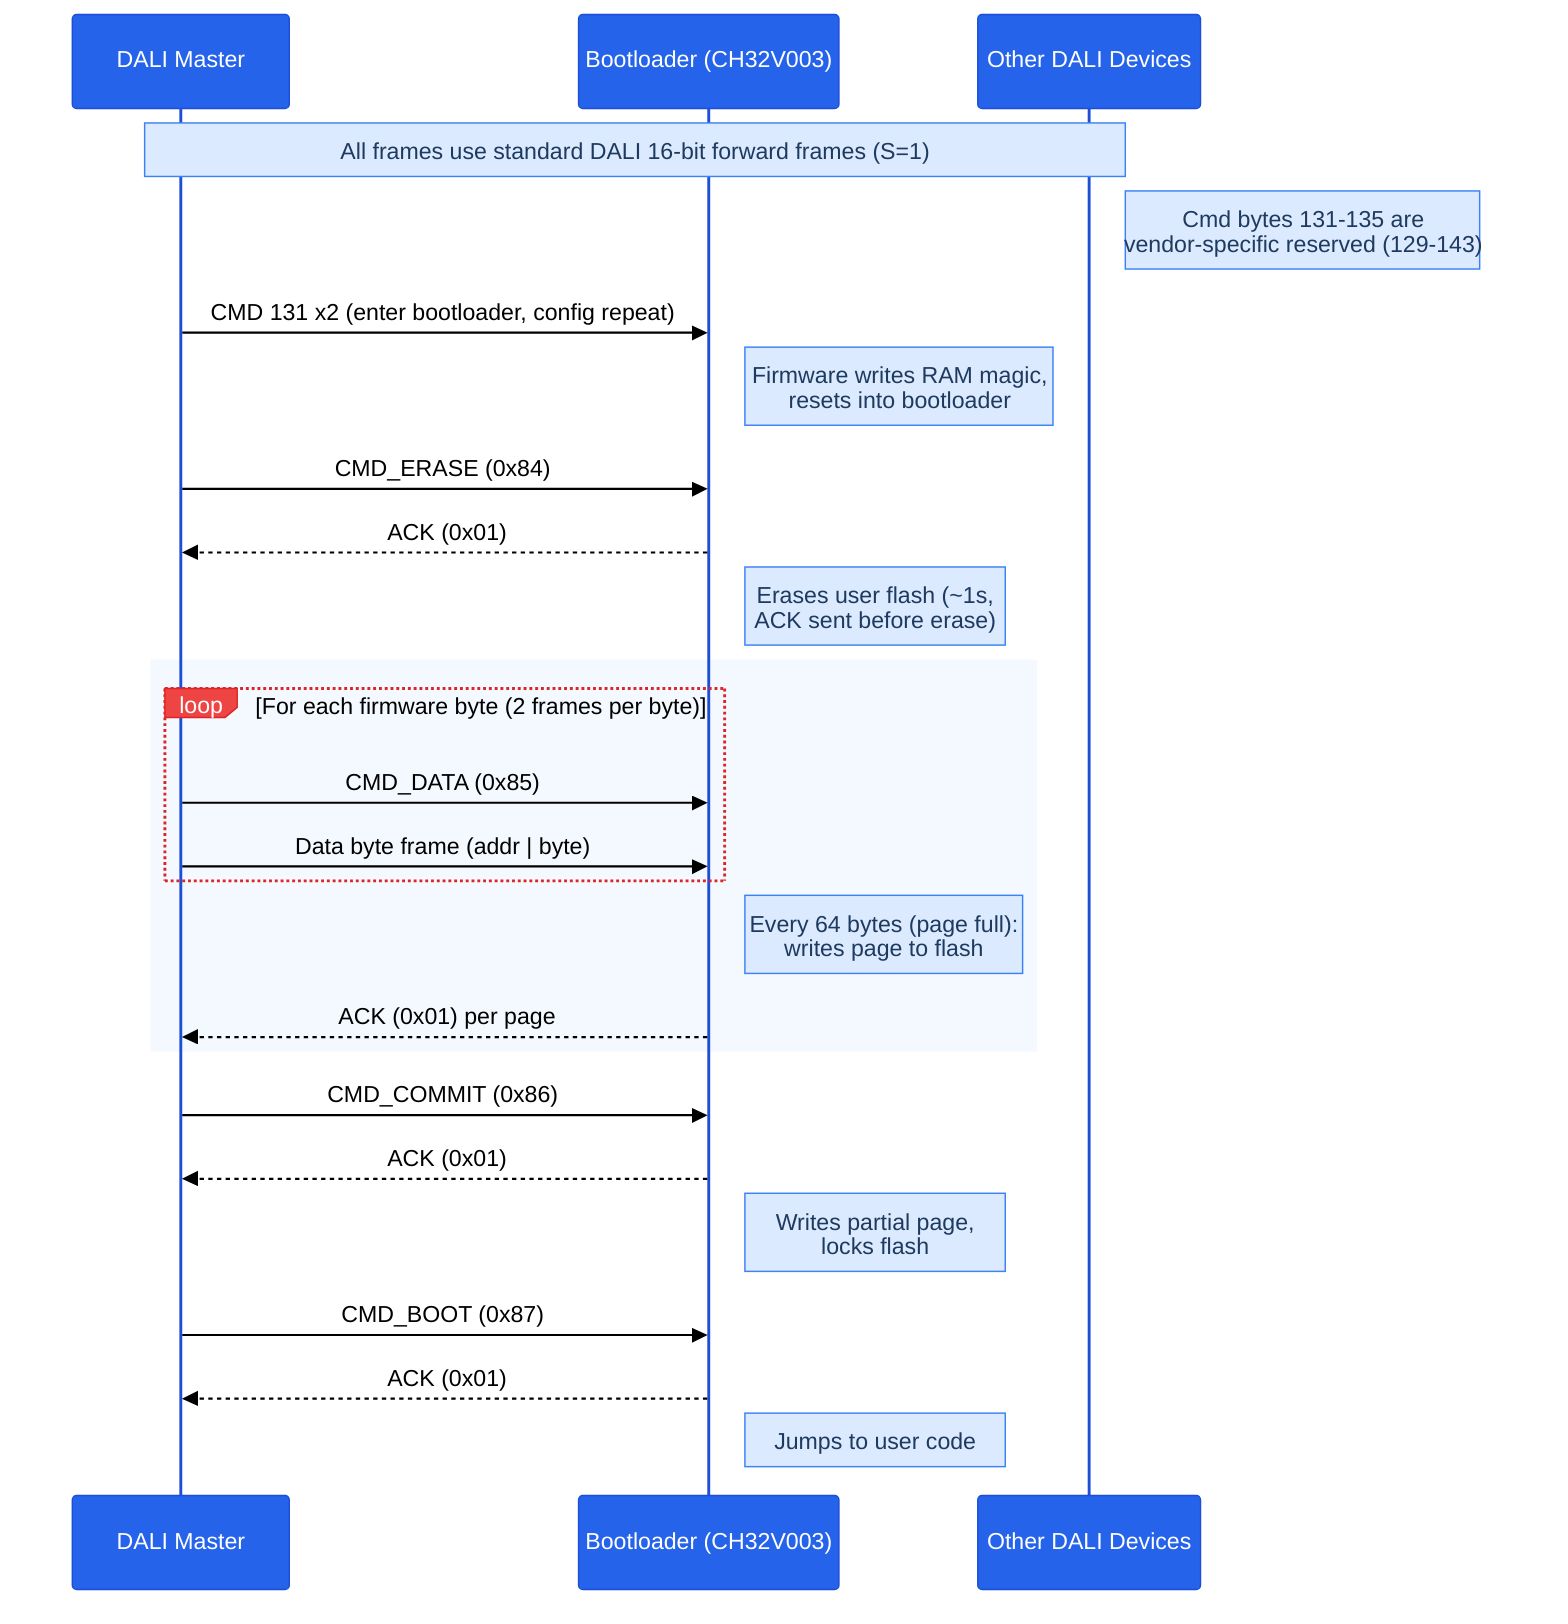
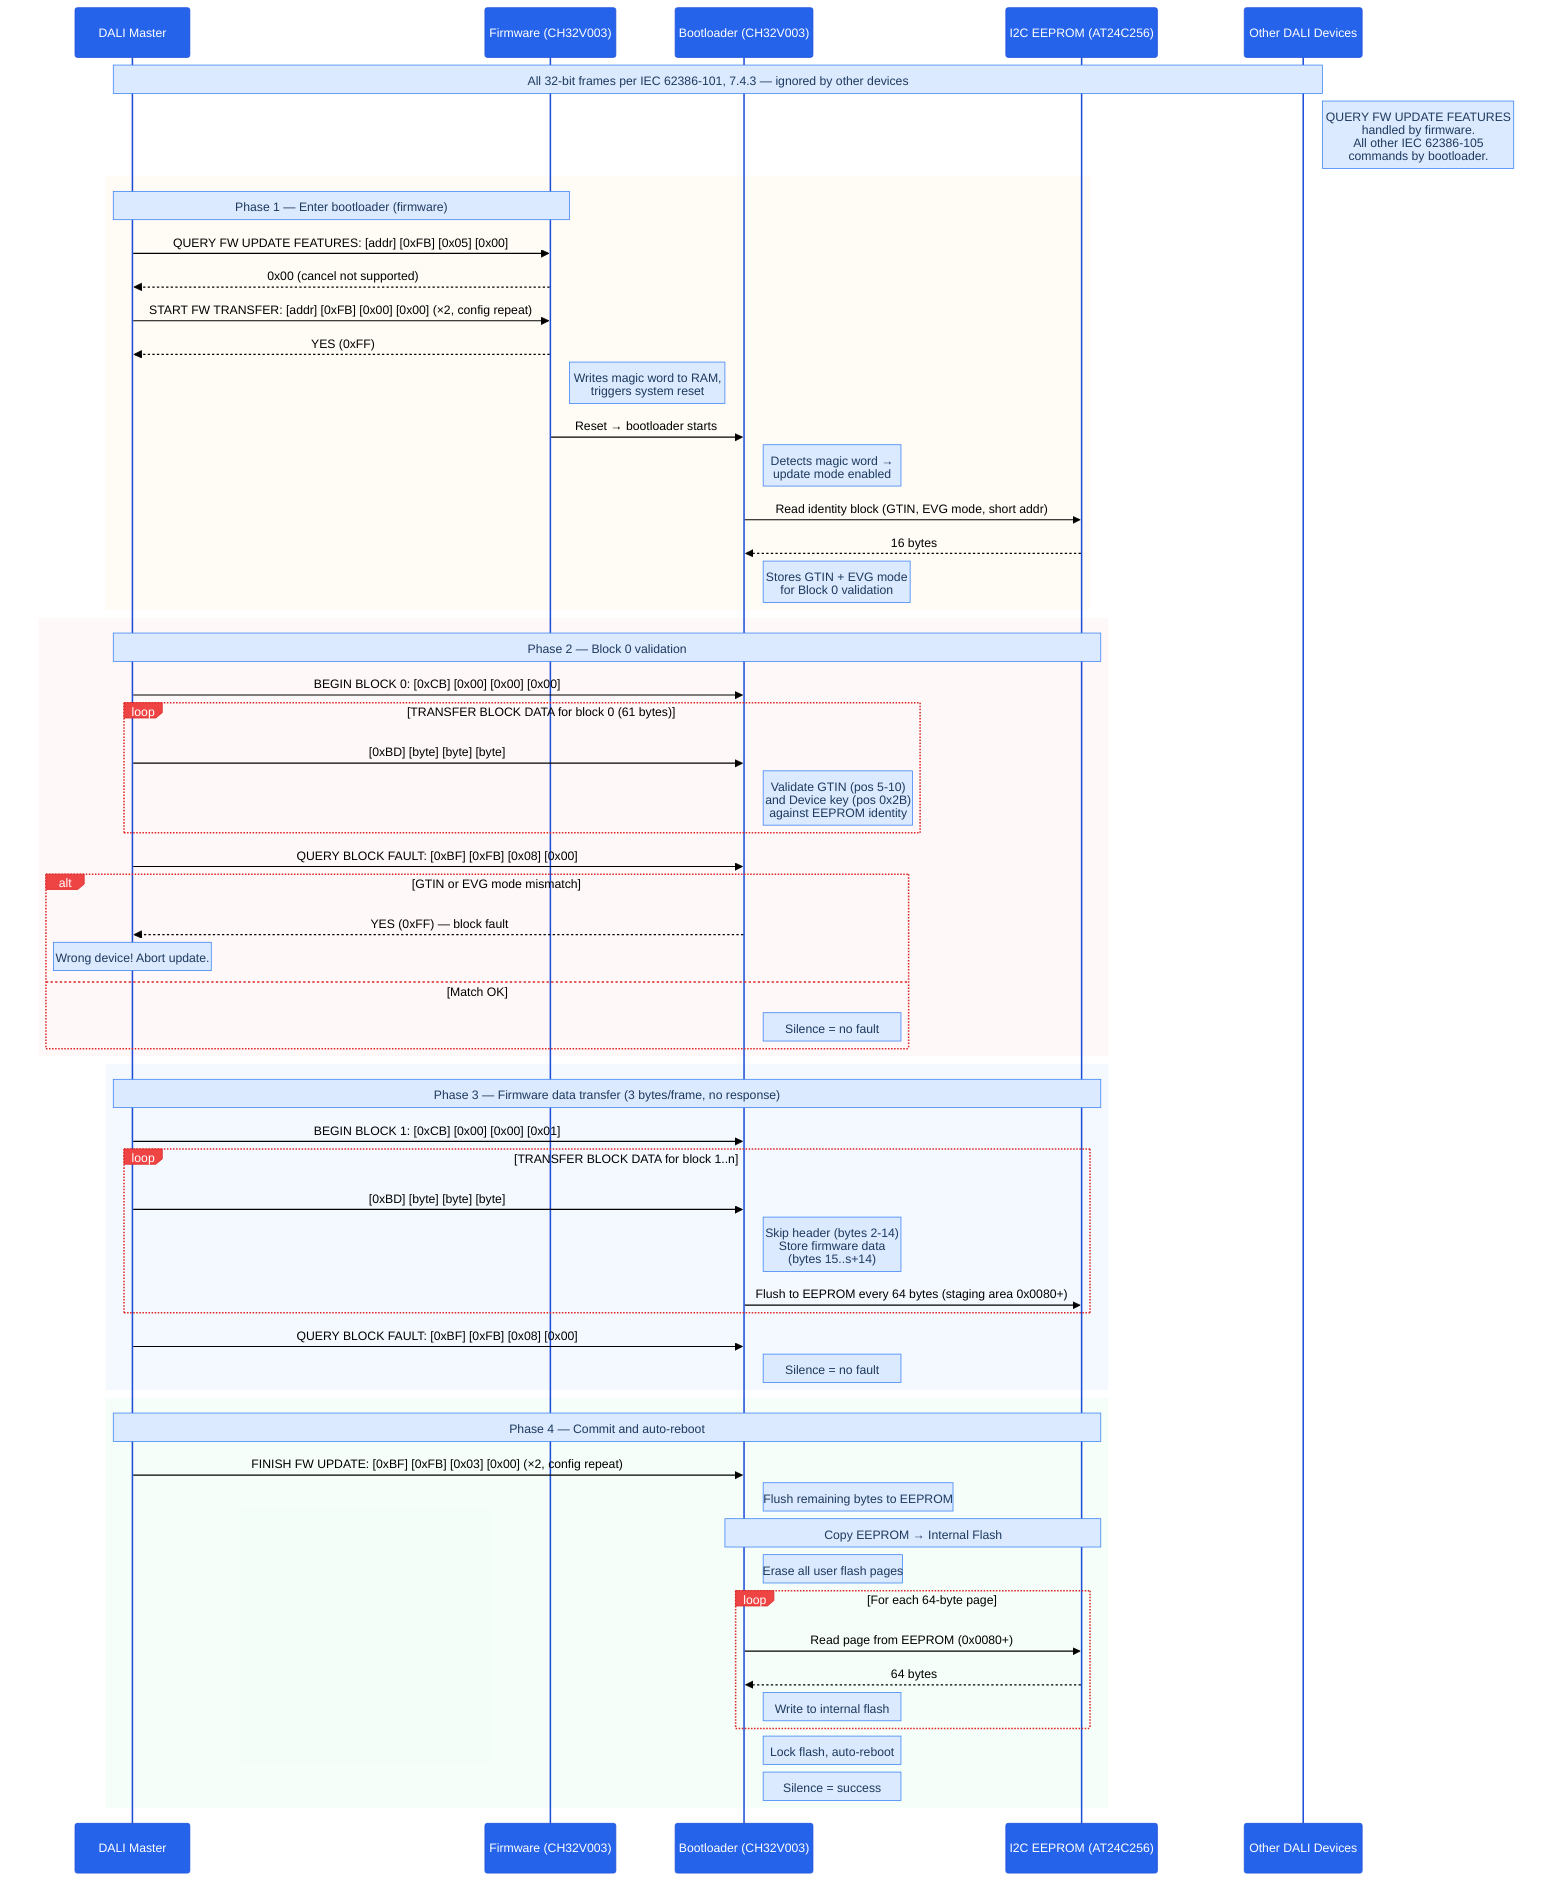
%%{init: {'theme': 'base', 'themeVariables': {
  'fontSize': '16px',
  'actorBkg': '#2563eb', 'actorTextColor': '#ffffff', 'actorBorder': '#1d4ed8',
  'signalColor': '#000000', 'signalTextColor': '#000000',
  'noteBkgColor': '#dbeafe', 'noteTextColor': '#1e3a5f', 'noteBorderColor': '#3b82f6',
  'loopTextColor': '#000000',
  'labelBoxBkgColor': '#ef4444', 'labelBoxBorderColor': '#dc2626', 'labelTextColor': '#ffffff',
  'activationBkgColor': '#bfdbfe', 'activationBorderColor': '#3b82f6',
  'sequenceNumberColor': '#ffffff'
}}}%%
sequenceDiagram
    participant M as DALI Master
+     participant F as Firmware (CH32V003)
    participant B as Bootloader (CH32V003)
+     participant E as I2C EEPROM (AT24C256)
    participant O as Other DALI Devices

-     Note over M,O: All frames use standard DALI 16-bit forward frames (S=1)
-     Note right of O: Cmd bytes 131-135 are<br/>vendor-specific reserved (129-143)
+     Note over M,O: All 32-bit frames per IEC 62386-101, 7.4.3 — ignored by other devices
+     Note right of O: QUERY FW UPDATE FEATURES<br/>handled by firmware.<br/>All other IEC 62386-105<br/>commands by bootloader.

-     M->>B: CMD 131 x2 (enter bootloader, config repeat)
-     Note right of B: Firmware writes RAM magic,<br/>resets into bootloader
+     rect rgba(255, 243, 224, 0.3)
+         Note over M,F: Phase 1 — Enter bootloader (firmware)
+         M->>F: QUERY FW UPDATE FEATURES: [addr] [0xFB] [0x05] [0x00]
+         F-->>M: 0x00 (cancel not supported)
+         M->>F: START FW TRANSFER: [addr] [0xFB] [0x00] [0x00] (×2, config repeat)
+         F-->>M: YES (0xFF)
+         Note right of F: Writes magic word to RAM,<br/>triggers system reset
+         F->>B: Reset → bootloader starts
+         Note right of B: Detects magic word →<br/>update mode enabled
+         B->>E: Read identity block (GTIN, EVG mode, short addr)
+         E-->>B: 16 bytes
+         Note right of B: Stores GTIN + EVG mode<br/>for Block 0 validation
+     end

-     M->>B: CMD_ERASE (0x84)
-     B-->>M: ACK (0x01)
-     Note right of B: Erases user flash (~1s,<br/>ACK sent before erase)
+     rect rgba(255, 230, 230, 0.3)
+         Note over M,E: Phase 2 — Block 0 validation
+         M->>B: BEGIN BLOCK 0: [0xCB] [0x00] [0x00] [0x00]
+ 
+         loop TRANSFER BLOCK DATA for block 0 (61 bytes)
+             M->>B: [0xBD] [byte] [byte] [byte]
+             Note right of B: Validate GTIN (pos 5-10)<br/>and Device key (pos 0x2B)<br/>against EEPROM identity
+         end
+ 
+         M->>B: QUERY BLOCK FAULT: [0xBF] [0xFB] [0x08] [0x00]
+ 
+         alt GTIN or EVG mode mismatch
+             B-->>M: YES (0xFF) — block fault
+             Note over M: Wrong device! Abort update.
+         else Match OK
+             Note right of B: Silence = no fault
+         end
+     end

    rect rgba(219, 234, 254, 0.3)
-         loop For each firmware byte (2 frames per byte)
-             M->>B: CMD_DATA (0x85)
-             M->>B: Data byte frame (addr | byte)
+         Note over M,E: Phase 3 — Firmware data transfer (3 bytes/frame, no response)
+         M->>B: BEGIN BLOCK 1: [0xCB] [0x00] [0x00] [0x01]
+ 
+         loop TRANSFER BLOCK DATA for block 1..n
+             M->>B: [0xBD] [byte] [byte] [byte]
+             Note right of B: Skip header (bytes 2-14)<br/>Store firmware data<br/>(bytes 15..s+14)
+             B->>E: Flush to EEPROM every 64 bytes (staging area 0x0080+)
        end
-         Note right of B: Every 64 bytes (page full):<br/>writes page to flash
-         B-->>M: ACK (0x01) per page
+ 
+         M->>B: QUERY BLOCK FAULT: [0xBF] [0xFB] [0x08] [0x00]
+         Note right of B: Silence = no fault
    end

-     M->>B: CMD_COMMIT (0x86)
-     B-->>M: ACK (0x01)
-     Note right of B: Writes partial page,<br/>locks flash
+     rect rgba(220, 252, 231, 0.3)
+         Note over M,E: Phase 4 — Commit and auto-reboot
+         M->>B: FINISH FW UPDATE: [0xBF] [0xFB] [0x03] [0x00] (×2, config repeat)
+         Note right of B: Flush remaining bytes to EEPROM

-     M->>B: CMD_BOOT (0x87)
-     B-->>M: ACK (0x01)
-     Note right of B: Jumps to user code
+         Note over B,E: Copy EEPROM → Internal Flash
+         Note right of B: Erase all user flash pages
+         loop For each 64-byte page
+             B->>E: Read page from EEPROM (0x0080+)
+             E-->>B: 64 bytes
+             Note right of B: Write to internal flash
+         end
+         Note right of B: Lock flash, auto-reboot
+         Note right of B: Silence = success
+     end
